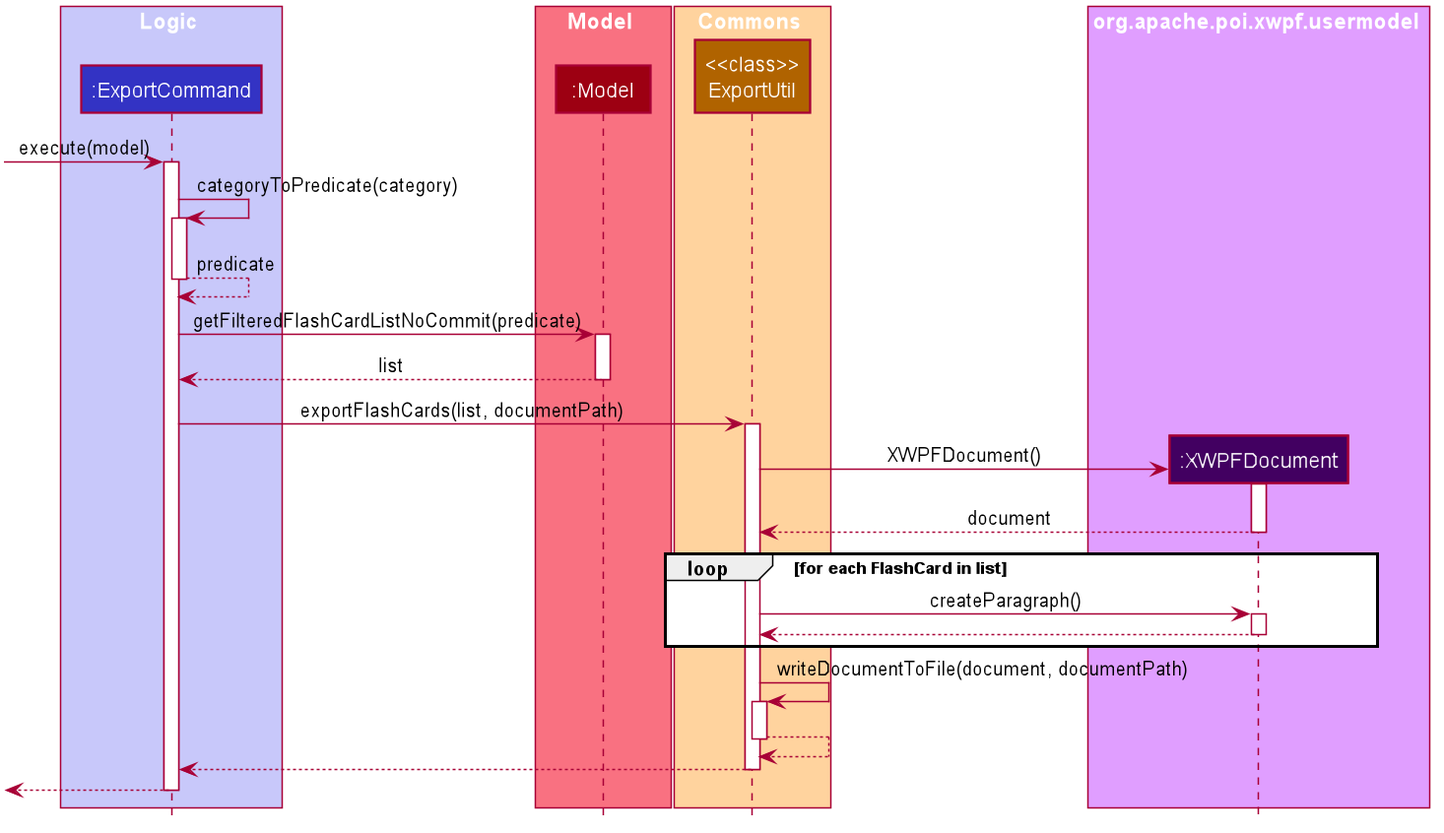
nus-cs2103-AY1920S1/addressbook-level3 keeps this PlantUML diagram as docs/images/ExportSequenceDiagram.png. Above is the earlier version. The source it was exported from:
```plantuml
@startuml










skinparam BackgroundColor #FFFFFFF

skinparam Shadowing false

skinparam Class {
    FontColor #FFFFFF
    BorderThickness 1
    BorderColor #FFFFFF
    StereotypeFontColor #FFFFFF
    FontName Arial
}

skinparam Actor {
    BorderColor #000000
    Color #000000
    FontName Arial
}

skinparam Sequence {
    MessageAlign center
    BoxFontSize 15
    BoxPadding 0
    BoxFontColor #FFFFFF
    FontName Arial
}

skinparam Participant {
    FontColor #FFFFFFF
    Padding 20
}

skinparam MinClassWidth 50
skinparam ParticipantPadding 10
skinparam Shadowing false
skinparam DefaultTextAlignment center
skinparam packageStyle Rectangle

hide footbox
hide members
hide circle

box Logic #C8C8FA
participant ":ExportCommand" as ExportCommand #3333C4
end box

box Model #F97181
participant ":Model" as Model #9D0012
end box

box Commons #ffd39e
participant "<<class>>\nExportUtil" as ExportUtil #b06300
end box

box org.apache.poi.xwpf.usermodel #e09eff
participant ":XWPFDocument" as XWPFDocument #420061
end box

[-> ExportCommand : execute(model)
activate ExportCommand

ExportCommand -> ExportCommand : categoryToPredicate(category)
activate ExportCommand
ExportCommand <-- ExportCommand : predicate
deactivate ExportCommand

ExportCommand -> Model : getFilteredFlashCardListNoCommit(predicate)
activate Model
ExportCommand <-- Model : list
deactivate Model

ExportCommand -> ExportUtil : exportFlashCards(list, documentPath)
activate ExportUtil

create XWPFDocument
ExportUtil -> XWPFDocument : XWPFDocument()
activate XWPFDocument

ExportUtil <-- XWPFDocument : document
deactivate XWPFDocument

loop for each FlashCard in list
    ExportUtil -> XWPFDocument : createParagraph()
    activate XWPFDocument

    ExportUtil <-- XWPFDocument
    deactivate XWPFDocument
end

ExportUtil -> ExportUtil : writeDocumentToFile(document, documentPath)
activate ExportUtil

ExportUtil <-- ExportUtil
deactivate ExportUtil

ExportCommand <-- ExportUtil
deactivate ExportUtil

[<--ExportCommand
deactivate ExportCommand
@enduml
```
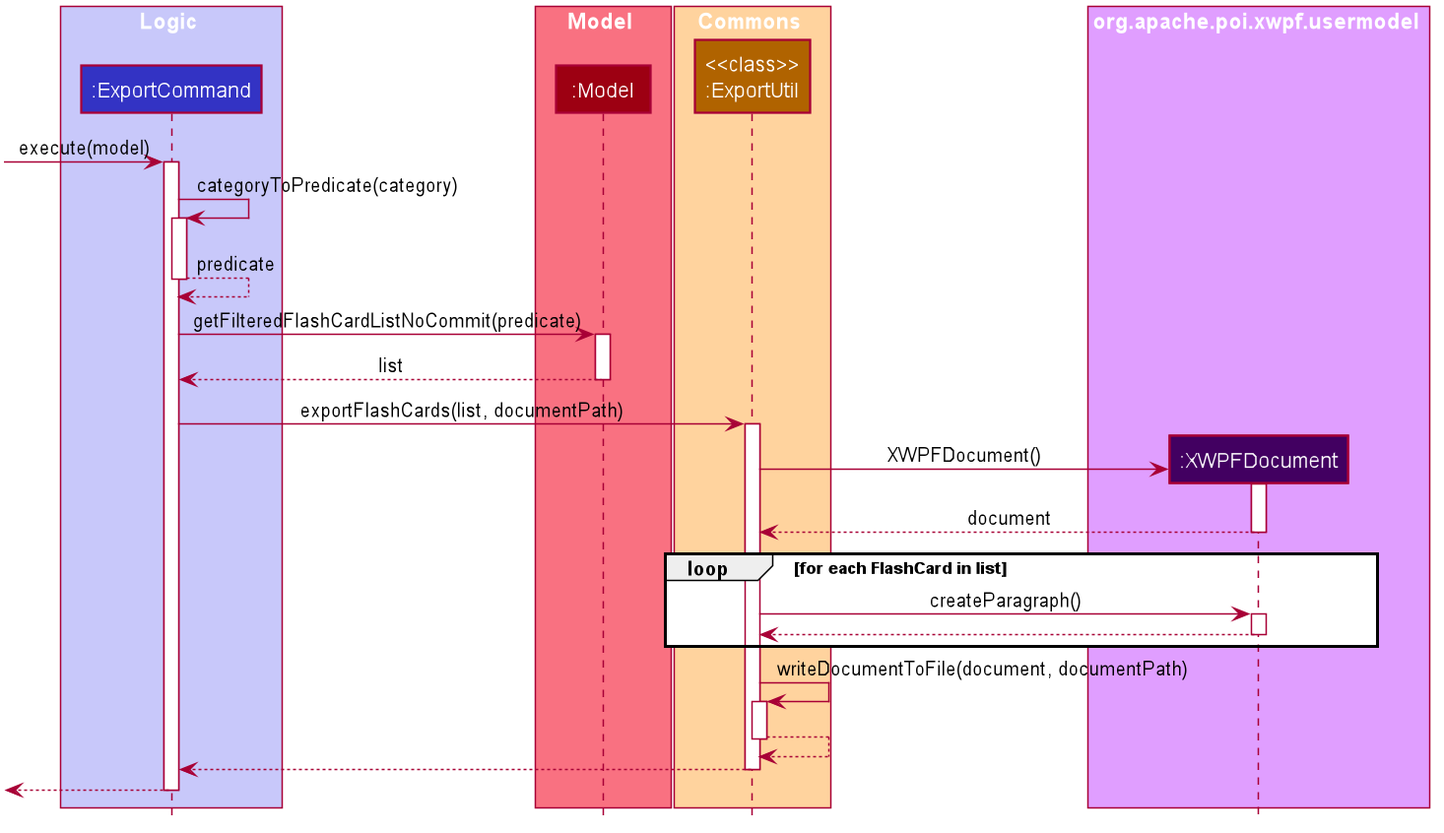
Later version of the same file.

Commit message:
Update export sequence diagram to follow proper UML

What changed in the source:
```diff
@@ -59,7 +59,7 @@
 end box
 
 box Commons #ffd39e
-participant "<<class>>\nExportUtil" as ExportUtil #b06300
+participant "<<class>>\n:ExportUtil" as ExportUtil #b06300
 end box
 
 box org.apache.poi.xwpf.usermodel #e09eff
```
